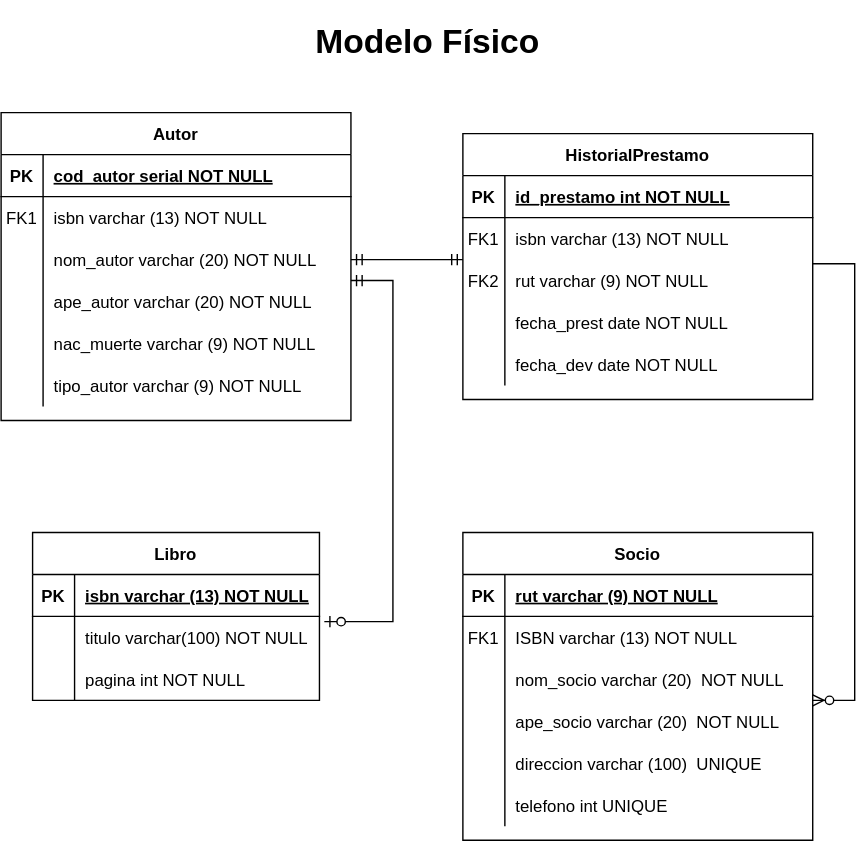
This is Modelo fisico.drawio.svg from FranSantander/-Biblioteca, a draw.io export, as it was before one commit. Source tidied: cells renumbered, new cells last; positions are measured from the earlier drawing's top-left corner, leaving out a move shared by most shapes.
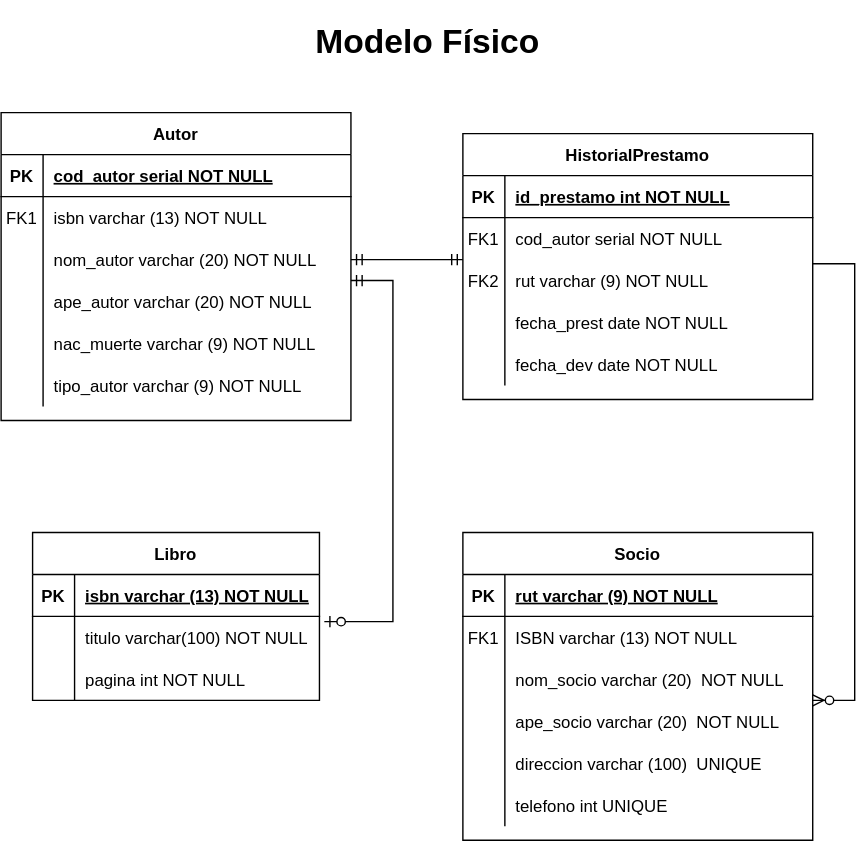
Later version of the same file.

What changed in the source:
```diff
@@ -26,7 +26,7 @@
     <mxCell id="8" value="FK1" style="shape=partialRectangle;overflow=hidden;fillColor=none;top=0;left=0;bottom=0;right=0;" parent="7" vertex="1">
       <mxGeometry width="30" height="30" as="geometry" />
     </mxCell>
-    <mxCell id="9" value="isbn varchar (13) NOT NULL" style="shape=partialRectangle;overflow=hidden;fillColor=none;top=0;left=0;bottom=0;right=0;align=left;spacingLeft=6;fontStyle=0;" parent="7" vertex="1">
+    <mxCell id="9" value="cod_autor serial NOT NULL" style="shape=partialRectangle;overflow=hidden;fillColor=none;top=0;left=0;bottom=0;right=0;align=left;spacingLeft=6;fontStyle=0;" parent="7" vertex="1">
       <mxGeometry x="30" width="220" height="30" as="geometry" />
     </mxCell>
     <mxCell id="10" style="shape=partialRectangle;fillColor=none;points=[[0,0.5],[1,0.5]];portConstraint=eastwest;top=0;left=0;right=0;bottom=0;" parent="3" vertex="1">
```
